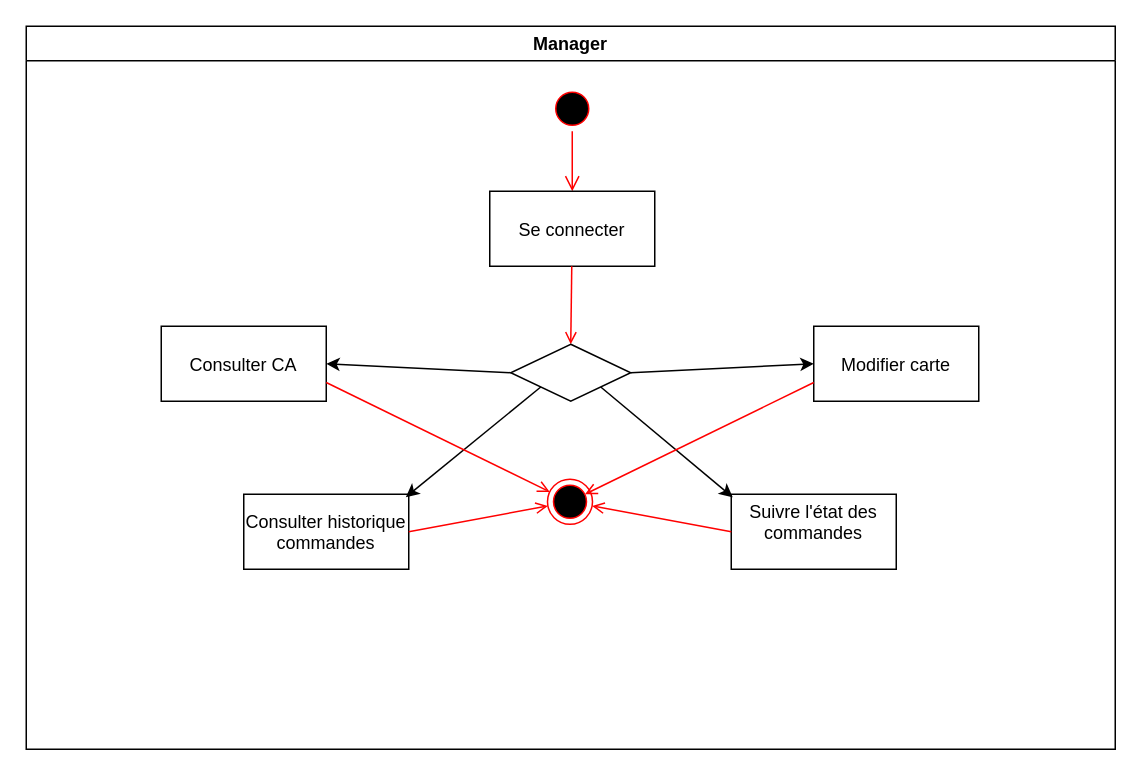
Above: Untitled Diagram.drawio in othman3492/p4uml (draw.io), before the change. Source tidied: cells renumbered, new cells numbered last; positions are measured from the earlier drawing's top-left corner, leaving out a move shared by most shapes. Both pictures are drawn from the tidied source at 150%, with x=0, y=0 at pixel (26, 26).
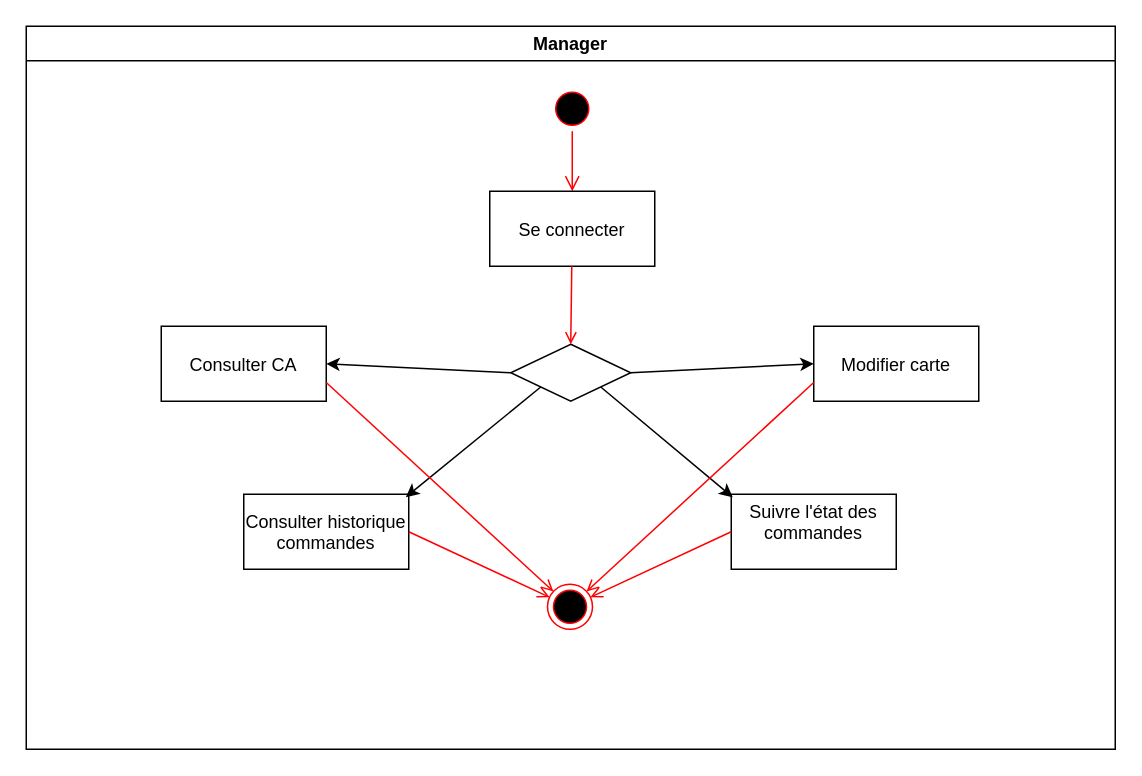
The same diagram, later.

The change refers to these unchanged cells:
```xml
<mxCell id="2" value="Manager" style="swimlane;whiteSpace=wrap;startSize=23;" parent="1" vertex="1">
  <mxGeometry width="726" height="482" as="geometry" />
</mxCell>
<mxCell id="9" value="Modifier carte" parent="2" vertex="1">
  <mxGeometry x="525" y="200" width="110" height="50" as="geometry" />
</mxCell>
```

Change to the diagram source:
```diff
@@
     <mxCell id="12" style="ellipse;html=1;shape=endState;fillColor=#000000;strokeColor=#ff0000;" parent="2" vertex="1">
-      <mxGeometry x="347.5" y="302" width="30" height="30" as="geometry" />
+      <mxGeometry x="347.5" y="372" width="30" height="30" as="geometry" />
     </mxCell>
@@
-    <mxCell id="20" style="endArrow=open;strokeColor=#FF0000;endFill=1;rounded=0;exitX=0;exitY=0.75;exitDx=0;exitDy=0;" parent="1" edge="1" source="9">
-      <mxGeometry relative="1" as="geometry">
-        <mxPoint x="372.5" y="312" as="targetPoint" />
-      </mxGeometry>
+    <mxCell id="20" style="endArrow=open;strokeColor=#FF0000;endFill=1;rounded=0;exitX=0;exitY=0.75;exitDx=0;exitDy=0;" parent="2" edge="1" source="9" target="12">
+      <mxGeometry relative="1" as="geometry" />
     </mxCell>
```
